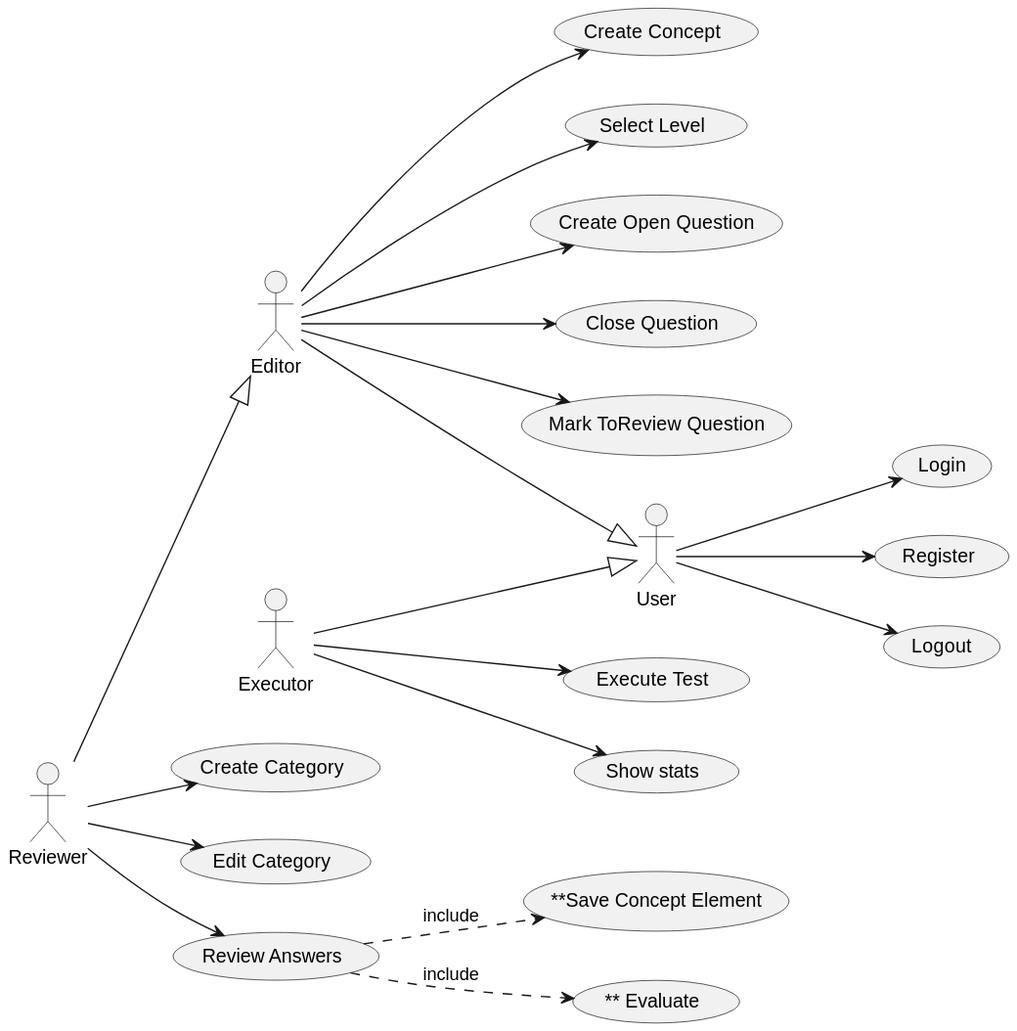
Before: out/doc/useCases_app/useCases_app.svg, a diagram exported from PlantUML (Joselon/ProyectoOpoTest).
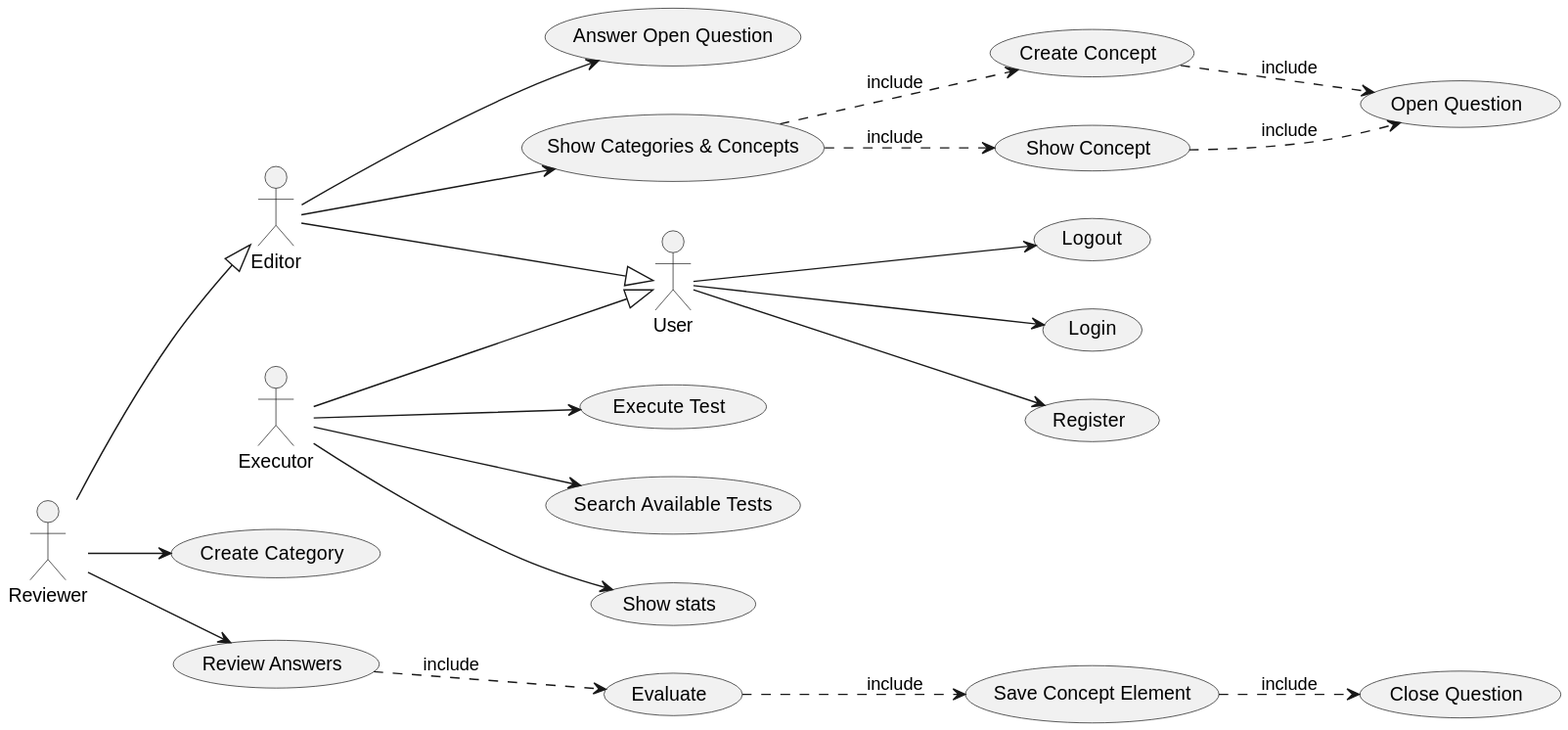
Above is the later version.

What changed in the source:
```diff
@@ -7,44 +7,47 @@
 usecase "Register" as register
 usecase "Logout" as logout
 
+usecase "Show Categories & Concepts" as showCat
+usecase "Show Concept" as showCon
 usecase "Create Concept" as createConcept
-usecase "Select Level" as selectLevel
-usecase "Create Open Question" as createQ
-usecase "Close Question" as deleteQ
+usecase "Open Question" as createQ
+usecase "Close Question" as closeQ
 
+usecase "Search Available Tests" as searchT
 usecase "Show stats" as stats
 usecase "Execute Test" as execT
 
 usecase "Create Category" as createCat
-usecase "Edit Category" as editC
-usecase "Mark ToReview Question" as markQ
-usecase "** Evaluate" as rejectA
+usecase "Answer Open Question" as answerQ
+usecase "Evaluate" as eval
 usecase "Review Answers" as reviewQ
-usecase "**Save Concept Element" as publishQ
+usecase "Save Concept Element" as saveToC
 
 
 Editor --|> User
 Reviewer --|> Editor
 Executor --|> User
 
-Editor --> createConcept
-Editor --> selectLevel
-Editor --> createQ
-Editor --> deleteQ
-Editor --> markQ
+Editor --> showCat
+ showCat ..> showCon: include
+ showCat ..> createConcept : include
+ createConcept ..> createQ : include
+ showCon ..> createQ : include
+Editor --> answerQ
 
 User --> login
 User --> register
 User --> logout
 
+Executor --> searchT
 Executor --> stats
 Executor --> execT
 
 Reviewer --> createCat
-Reviewer --> editC
 Reviewer --> reviewQ
-    reviewQ ..> rejectA :include
-    reviewQ ..> publishQ :include
+    reviewQ ..> eval :include
+    eval ..> saveToC :include
+    saveToC ..> closeQ :include
 
 
 @enduml
```
